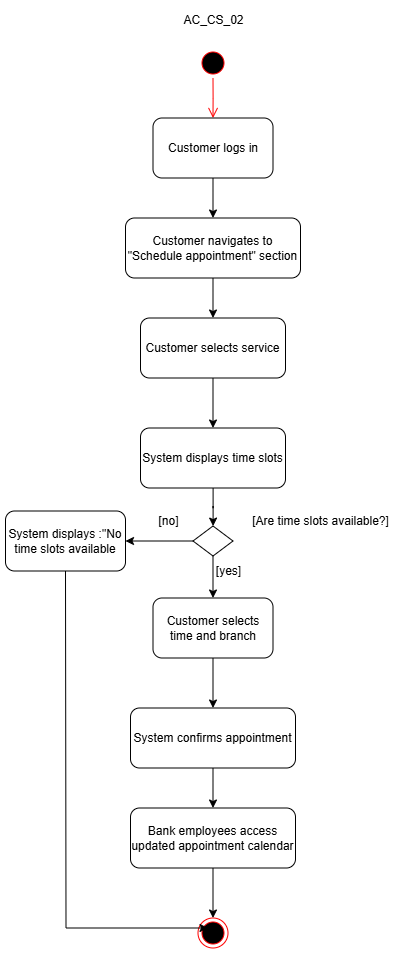
Earlier version of the draw.io export diagrams/activity-diagrams/AC_CS_02.png (Markl1T/bank-management-system). Source tidied: cells renumbered, new cells last; positions are measured from the earlier drawing's top-left corner, leaving out a move shared by most shapes.
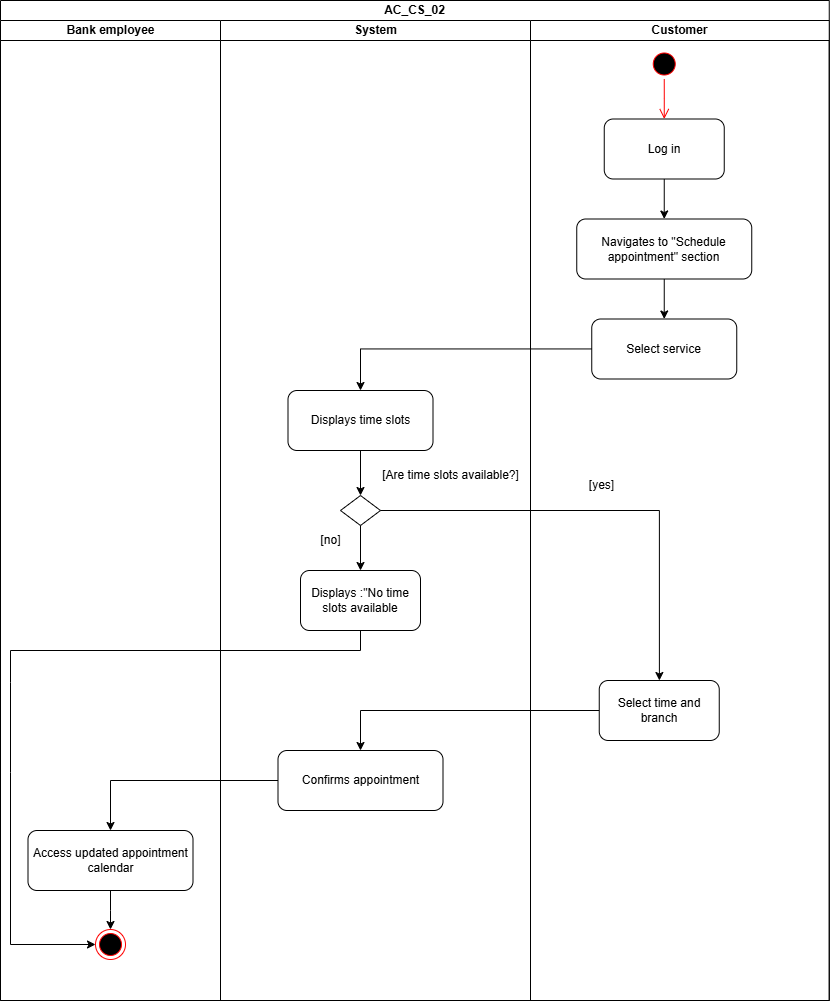
The same diagram one commit later.

Diff of the diagram source:
```diff
@@ -2,90 +2,102 @@
   <root>
     <mxCell id="0" />
     <mxCell id="1" parent="0" />
-    <mxCell id="2" style="ellipse;html=1;shape=startState;fillColor=#000000;strokeColor=#ff0000;" parent="1" vertex="1">
-      <mxGeometry x="192.5" y="43.5" width="30" height="30" as="geometry" />
+    <mxCell id="2" value="AC_CS_02" style="swimlane;startSize=20;html=1;" parent="1" vertex="1">
+      <mxGeometry x="192.5" y="43.5" width="828.8" height="1000" as="geometry" />
     </mxCell>
-    <mxCell id="3" style="edgeStyle=orthogonalEdgeStyle;html=1;verticalAlign=bottom;endArrow=open;endSize=8;strokeColor=#ff0000;rounded=0;" parent="1" edge="1" source="2">
-      <mxGeometry relative="1" as="geometry">
-        <mxPoint x="207.5" y="113.5" as="targetPoint" />
-      </mxGeometry>
+    <mxCell id="3" value="Bank employee" style="swimlane;startSize=20;html=1;" parent="2" vertex="1">
+      <mxGeometry y="20" width="220" height="980" as="geometry" />
     </mxCell>
-    <mxCell id="4" style="edgeStyle=orthogonalEdgeStyle;rounded=0;jettySize=auto;html=1;" parent="1" edge="1" source="5" target="7">
-      <mxGeometry relative="1" as="geometry" />
+    <mxCell id="4" value="Access updated appointment calendar" style="whiteSpace=wrap;html=1;rounded=1;" parent="3" vertex="1">
+      <mxGeometry x="27.5" y="810" width="165" height="60" as="geometry" />
     </mxCell>
-    <mxCell id="5" value="Customer logs in" style="rounded=1;whiteSpace=wrap;html=1;" parent="1" vertex="1">
-      <mxGeometry x="147.5" y="113.5" width="120" height="60" as="geometry" />
+    <mxCell id="5" style="ellipse;html=1;shape=endState;fillColor=#000000;strokeColor=#ff0000;" parent="3" vertex="1">
+      <mxGeometry x="95" y="909" width="30" height="30" as="geometry" />
     </mxCell>
-    <mxCell id="6" style="edgeStyle=orthogonalEdgeStyle;rounded=0;jettySize=auto;html=1;" parent="1" edge="1" source="7" target="9">
+    <mxCell id="6" style="edgeStyle=orthogonalEdgeStyle;rounded=0;jettySize=auto;html=1;" parent="3" edge="1" source="4" target="5">
       <mxGeometry relative="1" as="geometry" />
     </mxCell>
-    <mxCell id="7" value="Customer navigates to &quot;Schedule appointment&quot; section" style="rounded=1;whiteSpace=wrap;html=1;" parent="1" vertex="1">
-      <mxGeometry x="120" y="213.5" width="175" height="60" as="geometry" />
+    <mxCell id="7" value="System" style="swimlane;startSize=20;html=1;" parent="2" vertex="1">
+      <mxGeometry x="220" y="20" width="310" height="980" as="geometry" />
     </mxCell>
-    <mxCell id="8" style="edgeStyle=orthogonalEdgeStyle;rounded=0;jettySize=auto;html=1;" parent="1" edge="1" source="9" target="11">
-      <mxGeometry relative="1" as="geometry" />
+    <mxCell id="8" value="Displays :&quot;No time slots available" style="rounded=1;whiteSpace=wrap;html=1;" parent="7" vertex="1">
+      <mxGeometry x="80" y="550" width="120" height="60" as="geometry" />
     </mxCell>
-    <mxCell id="9" value="Customer selects service" style="whiteSpace=wrap;html=1;rounded=1;" parent="1" vertex="1">
-      <mxGeometry x="135" y="313.5" width="145" height="60" as="geometry" />
+    <mxCell id="9" value="Confirms appointment" style="whiteSpace=wrap;html=1;rounded=1;" parent="7" vertex="1">
+      <mxGeometry x="57.5" y="730" width="165" height="60" as="geometry" />
     </mxCell>
-    <mxCell id="10" style="edgeStyle=orthogonalEdgeStyle;rounded=0;jettySize=auto;html=1;" parent="1" edge="1" source="11" target="14">
-      <mxGeometry relative="1" as="geometry" />
+    <mxCell id="10" value="Displays time slots" style="whiteSpace=wrap;html=1;rounded=1;" parent="7" vertex="1">
+      <mxGeometry x="67.5" y="370" width="145" height="60" as="geometry" />
     </mxCell>
-    <mxCell id="11" value="System displays time slots" style="whiteSpace=wrap;html=1;rounded=1;" parent="1" vertex="1">
-      <mxGeometry x="135" y="423.5" width="145" height="60" as="geometry" />
+    <mxCell id="11" style="rhombus;whiteSpace=wrap;html=1;" parent="7" vertex="1">
+      <mxGeometry x="120" y="475" width="40" height="30" as="geometry" />
     </mxCell>
-    <mxCell id="12" style="edgeStyle=orthogonalEdgeStyle;rounded=0;jettySize=auto;html=1;" parent="1" edge="1" source="14" target="16">
+    <mxCell id="12" style="edgeStyle=orthogonalEdgeStyle;rounded=0;jettySize=auto;html=1;" parent="7" edge="1" source="11" target="8">
       <mxGeometry relative="1" as="geometry" />
     </mxCell>
-    <mxCell id="13" style="edgeStyle=orthogonalEdgeStyle;rounded=0;jettySize=auto;html=1;" parent="1" edge="1" source="14" target="21">
+    <mxCell id="13" style="edgeStyle=orthogonalEdgeStyle;rounded=0;jettySize=auto;html=1;" parent="7" edge="1" source="10" target="11">
       <mxGeometry relative="1" as="geometry" />
     </mxCell>
-    <mxCell id="14" style="rhombus;whiteSpace=wrap;html=1;" parent="1" vertex="1">
-      <mxGeometry x="187.5" y="521.5" width="40" height="30" as="geometry" />
+    <mxCell id="14" value="[no]" style="text;html=1;align=center;verticalAlign=middle;points=[];strokeColor=none;fillColor=none;" parent="7" vertex="1">
+      <mxGeometry x="90" y="505" width="40" height="30" as="geometry" />
     </mxCell>
-    <mxCell id="15" style="edgeStyle=orthogonalEdgeStyle;rounded=0;jettySize=auto;html=1;" parent="1" edge="1" source="16" target="18">
-      <mxGeometry relative="1" as="geometry" />
+    <mxCell id="15" value="[Are time slots available?]" style="text;html=1;align=center;verticalAlign=middle;strokeColor=none;fillColor=none;" parent="7" vertex="1">
+      <mxGeometry x="150" y="440" width="160" height="30" as="geometry" />
     </mxCell>
-    <mxCell id="16" value="Customer selects time and branch" style="rounded=1;whiteSpace=wrap;html=1;" parent="1" vertex="1">
-      <mxGeometry x="147.5" y="593.5" width="120" height="60" as="geometry" />
+    <mxCell id="16" style="edgeStyle=orthogonalEdgeStyle;rounded=0;jettySize=auto;html=1;" parent="2" edge="1" source="27" target="9">
+      <mxGeometry relative="1" as="geometry" />
     </mxCell>
-    <mxCell id="17" style="edgeStyle=orthogonalEdgeStyle;rounded=0;jettySize=auto;html=1;" parent="1" edge="1" source="18" target="20">
+    <mxCell id="17" style="edgeStyle=orthogonalEdgeStyle;rounded=0;jettySize=auto;html=1;" parent="2" edge="1" source="9" target="4">
       <mxGeometry relative="1" as="geometry" />
     </mxCell>
-    <mxCell id="18" value="System confirms appointment" style="whiteSpace=wrap;html=1;rounded=1;" parent="1" vertex="1">
-      <mxGeometry x="125" y="703.5" width="165" height="60" as="geometry" />
+    <mxCell id="18" style="endArrow=classic;html=1;rounded=0;exitX=0.5;exitY=1;exitDx=0;exitDy=0;" parent="2" edge="1" source="8" target="5">
+      <mxGeometry relative="1" as="geometry">
+        <Array as="points">
+          <mxPoint x="360" y="650" />
+          <mxPoint x="10" y="650" />
+          <mxPoint x="10" y="682" />
+          <mxPoint x="10" y="772" />
+          <mxPoint x="10" y="944" />
+        </Array>
+      </mxGeometry>
     </mxCell>
-    <mxCell id="19" style="edgeStyle=orthogonalEdgeStyle;rounded=0;jettySize=auto;html=1;" parent="1" edge="1" source="20" target="25">
-      <mxGeometry relative="1" as="geometry" />
+    <mxCell id="19" value="Customer" style="swimlane;startSize=20;html=1;" parent="2" vertex="1">
+      <mxGeometry x="530" y="20" width="298.8" height="980" as="geometry" />
     </mxCell>
-    <mxCell id="20" value="Bank employees access updated appointment calendar" style="whiteSpace=wrap;html=1;rounded=1;" parent="1" vertex="1">
-      <mxGeometry x="125" y="803.5" width="165" height="60" as="geometry" />
+    <mxCell id="20" style="ellipse;html=1;shape=startState;fillColor=#000000;strokeColor=#ff0000;" parent="19" vertex="1">
+      <mxGeometry x="118.8" y="28.5" width="30" height="30" as="geometry" />
     </mxCell>
-    <mxCell id="21" value="System displays :&quot;No time slots available" style="rounded=1;whiteSpace=wrap;html=1;" parent="1" vertex="1">
-      <mxGeometry y="506.5" width="120" height="60" as="geometry" />
+    <mxCell id="21" style="edgeStyle=orthogonalEdgeStyle;html=1;verticalAlign=bottom;endArrow=open;endSize=8;strokeColor=#ff0000;rounded=0;" parent="19" edge="1" source="20">
+      <mxGeometry relative="1" as="geometry">
+        <mxPoint x="133.8" y="98.5" as="targetPoint" />
+      </mxGeometry>
     </mxCell>
-    <mxCell id="22" value="[no]" style="text;html=1;align=center;verticalAlign=middle;strokeColor=none;fillColor=none;" parent="1" vertex="1">
-      <mxGeometry x="142.5" y="501.5" width="40" height="30" as="geometry" />
+    <mxCell id="22" style="edgeStyle=orthogonalEdgeStyle;rounded=0;jettySize=auto;html=1;" parent="19" edge="1" source="23" target="25">
+      <mxGeometry relative="1" as="geometry" />
     </mxCell>
-    <mxCell id="23" value="[yes]" style="text;html=1;align=center;verticalAlign=middle;points=[];strokeColor=none;fillColor=none;" parent="1" vertex="1">
-      <mxGeometry x="197.5" y="551.5" width="50" height="30" as="geometry" />
+    <mxCell id="23" value="Log in" style="rounded=1;whiteSpace=wrap;html=1;" parent="19" vertex="1">
+      <mxGeometry x="73.8" y="98.5" width="120" height="60" as="geometry" />
     </mxCell>
-    <mxCell id="24" value="[Are time slots available?]" style="text;html=1;align=center;verticalAlign=middle;strokeColor=none;fillColor=none;" parent="1" vertex="1">
-      <mxGeometry x="235" y="501.5" width="160" height="30" as="geometry" />
+    <mxCell id="24" style="edgeStyle=orthogonalEdgeStyle;rounded=0;jettySize=auto;html=1;" parent="19" edge="1" source="25" target="26">
+      <mxGeometry relative="1" as="geometry" />
     </mxCell>
-    <mxCell id="25" style="ellipse;html=1;shape=endState;fillColor=#000000;strokeColor=#ff0000;" parent="1" vertex="1">
-      <mxGeometry x="192.5" y="913.5" width="30" height="30" as="geometry" />
+    <mxCell id="25" value="Navigates to &quot;Schedule appointment&quot; section" style="rounded=1;whiteSpace=wrap;html=1;" parent="19" vertex="1">
+      <mxGeometry x="46.2" y="198.5" width="175" height="60" as="geometry" />
     </mxCell>
-    <mxCell id="26" style="endArrow=classic;html=1;rounded=0;exitX=0.5;exitY=1;exitDx=0;exitDy=0;" parent="1" edge="1" source="21">
-      <mxGeometry relative="1" as="geometry">
-        <mxPoint x="202.5" y="923.5" as="targetPoint" />
-        <Array as="points">
-          <mxPoint x="60.5" y="923.5" />
-        </Array>
-      </mxGeometry>
+    <mxCell id="26" value="Select service" style="whiteSpace=wrap;html=1;rounded=1;" parent="19" vertex="1">
+      <mxGeometry x="61.2" y="298.5" width="145" height="60" as="geometry" />
     </mxCell>
-    <mxCell id="27" value="AC_CS_02" style="text;html=1;align=center;verticalAlign=middle;points=[];strokeColor=none;fillColor=none;" parent="1" vertex="1">
-      <mxGeometry x="167.5" y="0.5" width="80" height="30" as="geometry" />
+    <mxCell id="27" value="Select time and branch" style="rounded=1;whiteSpace=wrap;html=1;" parent="19" vertex="1">
+      <mxGeometry x="68.8" y="660" width="120" height="60" as="geometry" />
     </mxCell>
+    <mxCell id="28" value="[yes]" style="text;html=1;align=center;verticalAlign=middle;strokeColor=none;fillColor=none;" parent="19" vertex="1">
+      <mxGeometry x="46.2" y="450" width="50" height="30" as="geometry" />
+    </mxCell>
+    <mxCell id="29" style="edgeStyle=orthogonalEdgeStyle;rounded=0;jettySize=auto;html=1;" parent="2" edge="1" source="26" target="10">
+      <mxGeometry relative="1" as="geometry" />
+    </mxCell>
+    <mxCell id="30" style="edgeStyle=orthogonalEdgeStyle;rounded=0;jettySize=auto;html=1;" parent="2" edge="1" source="11" target="27">
+      <mxGeometry relative="1" as="geometry" />
+    </mxCell>
   </root>
 </mxGraphModel>
```
